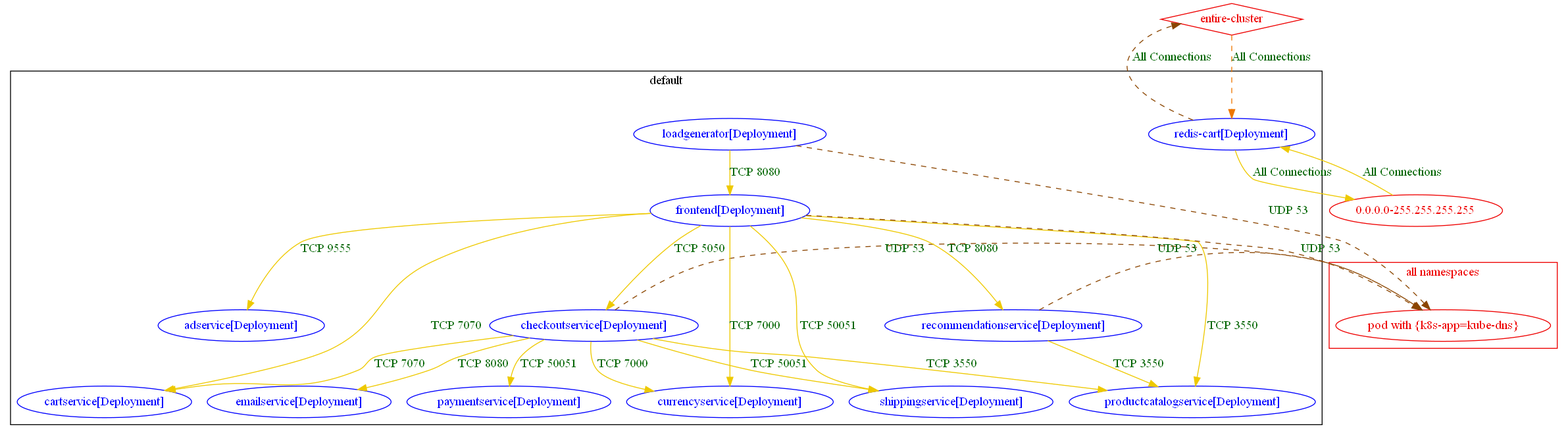
Before: test_outputs/connlist/exposure_onlineboutique_workloads_connlist_output.dot.png, a diagram exported from Graphviz (np-guard/netpol-analyzer). Its source is kept beside it as test_outputs/connlist/exposure_onlineboutique_workloads_connlist_output.dot.
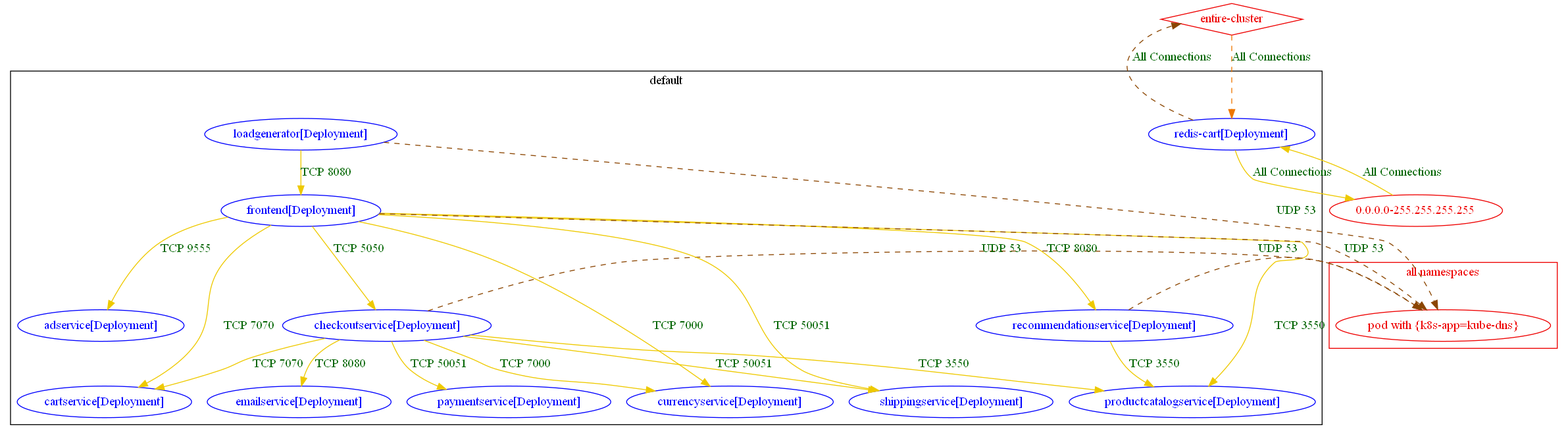
Above is the later version.

What changed in the source:
```diff
@@ -24,27 +24,27 @@
 	}
 	"0.0.0.0-255.255.255.255" [label="0.0.0.0-255.255.255.255" color="red2" fontcolor="red2"]
 	"entire-cluster" [label="entire-cluster" color="red2" fontcolor="red2" shape=diamond]
-	"0.0.0.0-255.255.255.255" -> "default/redis-cart[Deployment]" [label="All Connections" color="gold2" fontcolor="darkgreen"]
-	"default/checkoutservice[Deployment]" -> "default/cartservice[Deployment]" [label="TCP 7070" color="gold2" fontcolor="darkgreen"]
-	"default/checkoutservice[Deployment]" -> "default/currencyservice[Deployment]" [label="TCP 7000" color="gold2" fontcolor="darkgreen"]
-	"default/checkoutservice[Deployment]" -> "default/emailservice[Deployment]" [label="TCP 8080" color="gold2" fontcolor="darkgreen"]
-	"default/checkoutservice[Deployment]" -> "default/paymentservice[Deployment]" [label="TCP 50051" color="gold2" fontcolor="darkgreen"]
-	"default/checkoutservice[Deployment]" -> "default/productcatalogservice[Deployment]" [label="TCP 3550" color="gold2" fontcolor="darkgreen"]
-	"default/checkoutservice[Deployment]" -> "default/shippingservice[Deployment]" [label="TCP 50051" color="gold2" fontcolor="darkgreen"]
+	"0.0.0.0-255.255.255.255" -> "default/redis-cart[Deployment]" [label="All Connections" color="gold2" fontcolor="darkgreen" weight=0.5]
+	"default/checkoutservice[Deployment]" -> "default/cartservice[Deployment]" [label="TCP 7070" color="gold2" fontcolor="darkgreen" weight=1]
+	"default/checkoutservice[Deployment]" -> "default/currencyservice[Deployment]" [label="TCP 7000" color="gold2" fontcolor="darkgreen" weight=0.5]
+	"default/checkoutservice[Deployment]" -> "default/emailservice[Deployment]" [label="TCP 8080" color="gold2" fontcolor="darkgreen" weight=0.5]
+	"default/checkoutservice[Deployment]" -> "default/paymentservice[Deployment]" [label="TCP 50051" color="gold2" fontcolor="darkgreen" weight=0.5]
+	"default/checkoutservice[Deployment]" -> "default/productcatalogservice[Deployment]" [label="TCP 3550" color="gold2" fontcolor="darkgreen" weight=0.5]
+	"default/checkoutservice[Deployment]" -> "default/shippingservice[Deployment]" [label="TCP 50051" color="gold2" fontcolor="darkgreen" weight=0.5]
 	"default/checkoutservice[Deployment]" -> "pod with {k8s-app=kube-dns}_in_all namespaces" [label="UDP 53" color="darkorange4" fontcolor="darkgreen" weight=0.5 style=dashed]
-	"default/frontend[Deployment]" -> "default/adservice[Deployment]" [label="TCP 9555" color="gold2" fontcolor="darkgreen"]
-	"default/frontend[Deployment]" -> "default/cartservice[Deployment]" [label="TCP 7070" color="gold2" fontcolor="darkgreen"]
-	"default/frontend[Deployment]" -> "default/checkoutservice[Deployment]" [label="TCP 5050" color="gold2" fontcolor="darkgreen"]
-	"default/frontend[Deployment]" -> "default/currencyservice[Deployment]" [label="TCP 7000" color="gold2" fontcolor="darkgreen"]
-	"default/frontend[Deployment]" -> "default/productcatalogservice[Deployment]" [label="TCP 3550" color="gold2" fontcolor="darkgreen"]
-	"default/frontend[Deployment]" -> "default/recommendationservice[Deployment]" [label="TCP 8080" color="gold2" fontcolor="darkgreen"]
-	"default/frontend[Deployment]" -> "default/shippingservice[Deployment]" [label="TCP 50051" color="gold2" fontcolor="darkgreen"]
+	"default/frontend[Deployment]" -> "default/adservice[Deployment]" [label="TCP 9555" color="gold2" fontcolor="darkgreen" weight=1]
+	"default/frontend[Deployment]" -> "default/cartservice[Deployment]" [label="TCP 7070" color="gold2" fontcolor="darkgreen" weight=1]
+	"default/frontend[Deployment]" -> "default/checkoutservice[Deployment]" [label="TCP 5050" color="gold2" fontcolor="darkgreen" weight=1]
+	"default/frontend[Deployment]" -> "default/currencyservice[Deployment]" [label="TCP 7000" color="gold2" fontcolor="darkgreen" weight=1]
+	"default/frontend[Deployment]" -> "default/productcatalogservice[Deployment]" [label="TCP 3550" color="gold2" fontcolor="darkgreen" weight=0.5]
+	"default/frontend[Deployment]" -> "default/recommendationservice[Deployment]" [label="TCP 8080" color="gold2" fontcolor="darkgreen" weight=0.5]
+	"default/frontend[Deployment]" -> "default/shippingservice[Deployment]" [label="TCP 50051" color="gold2" fontcolor="darkgreen" weight=0.5]
 	"default/frontend[Deployment]" -> "pod with {k8s-app=kube-dns}_in_all namespaces" [label="UDP 53" color="darkorange4" fontcolor="darkgreen" weight=0.5 style=dashed]
-	"default/loadgenerator[Deployment]" -> "default/frontend[Deployment]" [label="TCP 8080" color="gold2" fontcolor="darkgreen"]
+	"default/loadgenerator[Deployment]" -> "default/frontend[Deployment]" [label="TCP 8080" color="gold2" fontcolor="darkgreen" weight=1]
 	"default/loadgenerator[Deployment]" -> "pod with {k8s-app=kube-dns}_in_all namespaces" [label="UDP 53" color="darkorange4" fontcolor="darkgreen" weight=0.5 style=dashed]
-	"default/recommendationservice[Deployment]" -> "default/productcatalogservice[Deployment]" [label="TCP 3550" color="gold2" fontcolor="darkgreen"]
+	"default/recommendationservice[Deployment]" -> "default/productcatalogservice[Deployment]" [label="TCP 3550" color="gold2" fontcolor="darkgreen" weight=1]
 	"default/recommendationservice[Deployment]" -> "pod with {k8s-app=kube-dns}_in_all namespaces" [label="UDP 53" color="darkorange4" fontcolor="darkgreen" weight=0.5 style=dashed]
-	"default/redis-cart[Deployment]" -> "0.0.0.0-255.255.255.255" [label="All Connections" color="gold2" fontcolor="darkgreen"]
+	"default/redis-cart[Deployment]" -> "0.0.0.0-255.255.255.255" [label="All Connections" color="gold2" fontcolor="darkgreen" weight=1]
 	"default/redis-cart[Deployment]" -> "entire-cluster" [label="All Connections" color="darkorange4" fontcolor="darkgreen" weight=0.5 style=dashed]
 	"entire-cluster" -> "default/redis-cart[Deployment]" [label="All Connections" color="darkorange2" fontcolor="darkgreen" weight=1 style=dashed]
 }
```
